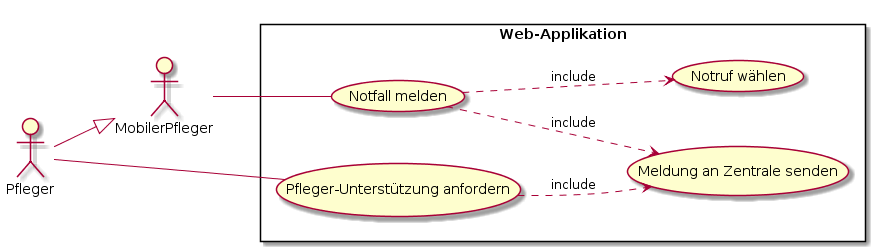
The PlantUML diagram doc/task02/usecases/NotrufAnfordern.png in moera1/ch.bfh.bti7081.s2020.green, before a commit.
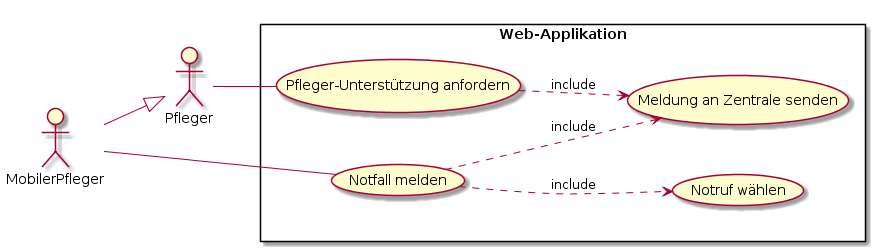
The same diagram one commit later.

Change to the diagram source:
```diff
@@ -3,7 +3,7 @@
 skinparam packageStyle rectangle
 actor Pfleger
 actor MobilerPfleger
-Pfleger --|> MobilerPfleger
+MobilerPfleger --|> Pfleger
 rectangle Web-Applikation {
  Pfleger -- (Pfleger-Unterstützung anfordern)
  MobilerPfleger -- (Notfall melden)
```
